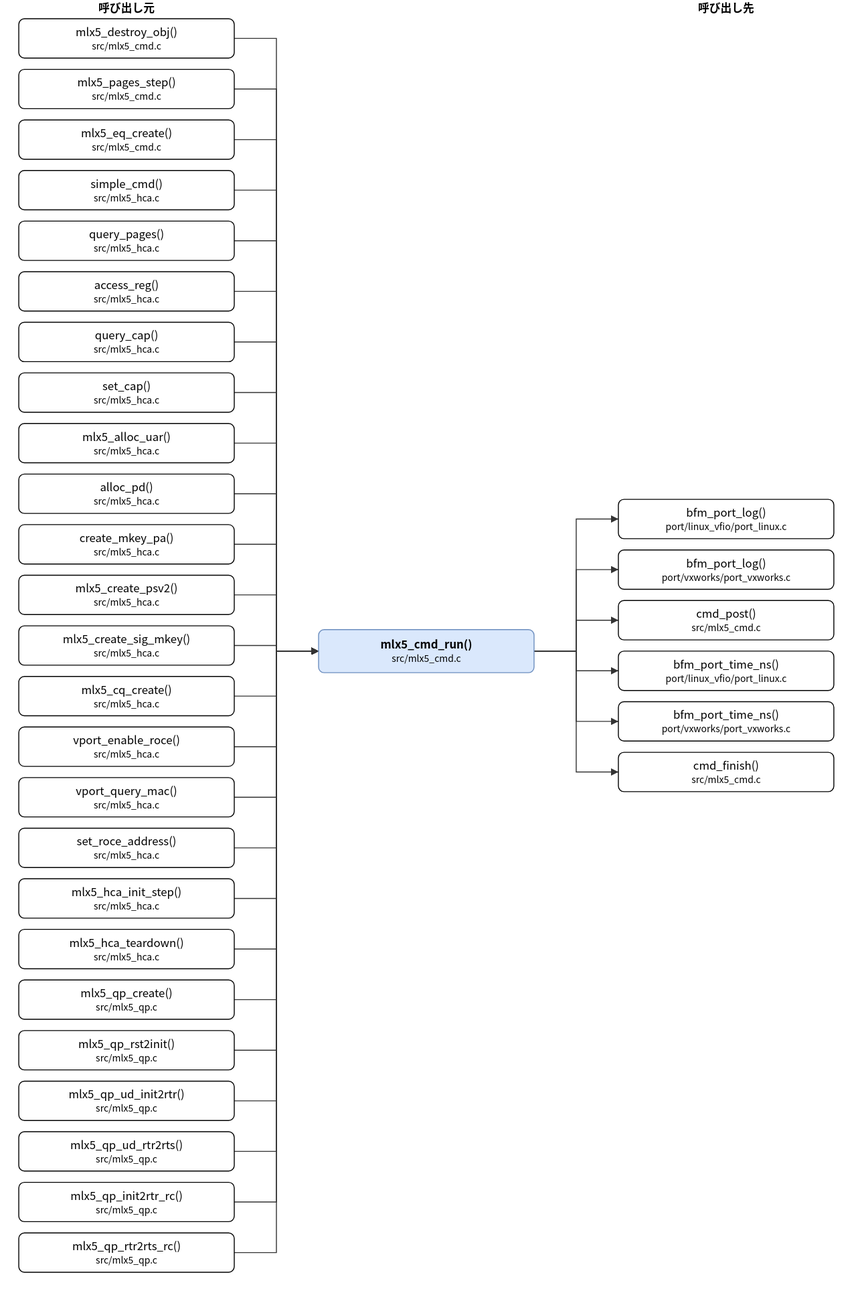
Before: doc/spec/images/call_src_mlx5_cmd-mlx5_cmd_run.drawio.svg, a diagram exported from draw.io (hf355051012-ai/bfmem). Source tidied: cells renumbered, new cells last; positions are measured from the earlier drawing's top-left corner, leaving out a move shared by most shapes.
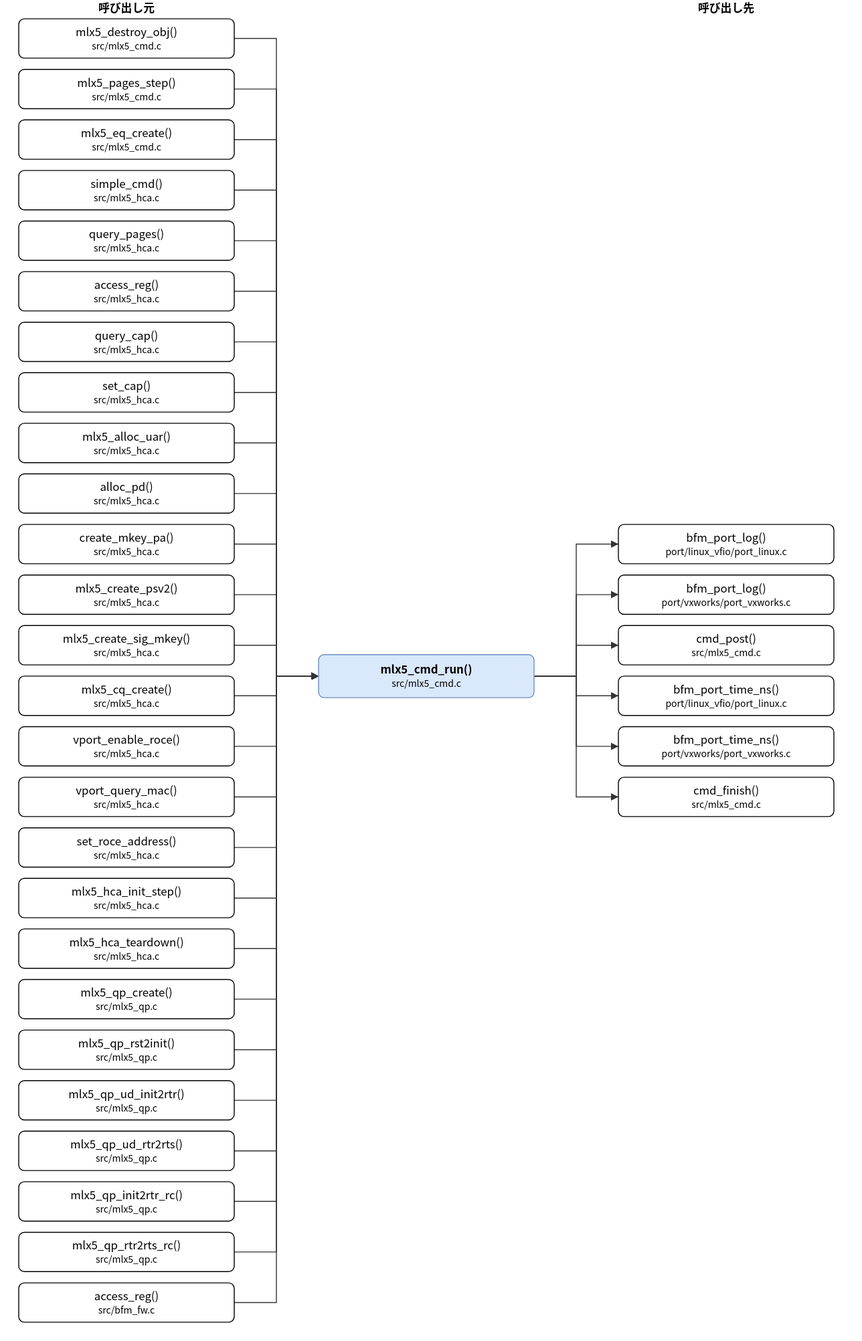
Above is the later version.

Change to the diagram source:
```diff
@@ -3,7 +3,7 @@
     <mxCell id="0" />
     <mxCell id="1" parent="0" />
     <mxCell id="2" value="mlx5_cmd_run()&lt;br&gt;&lt;font style=&quot;font-size:10px&quot;&gt;src/mlx5_cmd.c&lt;/font&gt;" style="rounded=1;whiteSpace=wrap;html=1;fillColor=#dae8fc;strokeColor=#6c8ebf;fontStyle=1;" parent="1" vertex="1">
-      <mxGeometry x="320" y="672" width="230" height="46" as="geometry" />
+      <mxGeometry x="320" y="699" width="230" height="46" as="geometry" />
     </mxCell>
     <mxCell id="3" value="mlx5_destroy_obj()&lt;br&gt;&lt;font style=&quot;font-size:10px&quot;&gt;src/mlx5_cmd.c&lt;/font&gt;" style="rounded=1;whiteSpace=wrap;html=1;" parent="1" vertex="1">
       <mxGeometry y="20" width="230" height="42" as="geometry" />
@@ -80,29 +80,32 @@
     <mxCell id="27" value="mlx5_qp_rtr2rts_rc()&lt;br&gt;&lt;font style=&quot;font-size:10px&quot;&gt;src/mlx5_qp.c&lt;/font&gt;" style="rounded=1;whiteSpace=wrap;html=1;" parent="1" vertex="1">
       <mxGeometry y="1316" width="230" height="42" as="geometry" />
     </mxCell>
+    <mxCell id="67" value="access_reg()&lt;br&gt;&lt;font style=&quot;font-size:10px&quot;&gt;src/bfm_fw.c&lt;/font&gt;" style="rounded=1;whiteSpace=wrap;html=1;" parent="1" vertex="1">
+      <mxGeometry y="1370" width="230" height="42" as="geometry" />
+    </mxCell>
     <mxCell id="28" value="bfm_port_log()&lt;br&gt;&lt;font style=&quot;font-size:10px&quot;&gt;port/linux_vfio/port_linux.c&lt;/font&gt;" style="rounded=1;whiteSpace=wrap;html=1;" parent="1" vertex="1">
-      <mxGeometry x="640" y="533" width="230" height="42" as="geometry" />
+      <mxGeometry x="640" y="560" width="230" height="42" as="geometry" />
     </mxCell>
     <mxCell id="29" value="bfm_port_log()&lt;br&gt;&lt;font style=&quot;font-size:10px&quot;&gt;port/vxworks/port_vxworks.c&lt;/font&gt;" style="rounded=1;whiteSpace=wrap;html=1;" parent="1" vertex="1">
-      <mxGeometry x="640" y="587" width="230" height="42" as="geometry" />
+      <mxGeometry x="640" y="614" width="230" height="42" as="geometry" />
     </mxCell>
     <mxCell id="30" value="cmd_post()&lt;br&gt;&lt;font style=&quot;font-size:10px&quot;&gt;src/mlx5_cmd.c&lt;/font&gt;" style="rounded=1;whiteSpace=wrap;html=1;" parent="1" vertex="1">
-      <mxGeometry x="640" y="641" width="230" height="42" as="geometry" />
+      <mxGeometry x="640" y="668" width="230" height="42" as="geometry" />
     </mxCell>
     <mxCell id="31" value="bfm_port_time_ns()&lt;br&gt;&lt;font style=&quot;font-size:10px&quot;&gt;port/linux_vfio/port_linux.c&lt;/font&gt;" style="rounded=1;whiteSpace=wrap;html=1;" parent="1" vertex="1">
-      <mxGeometry x="640" y="695" width="230" height="42" as="geometry" />
+      <mxGeometry x="640" y="722" width="230" height="42" as="geometry" />
     </mxCell>
     <mxCell id="32" value="bfm_port_time_ns()&lt;br&gt;&lt;font style=&quot;font-size:10px&quot;&gt;port/vxworks/port_vxworks.c&lt;/font&gt;" style="rounded=1;whiteSpace=wrap;html=1;" parent="1" vertex="1">
-      <mxGeometry x="640" y="749" width="230" height="42" as="geometry" />
+      <mxGeometry x="640" y="776" width="230" height="42" as="geometry" />
     </mxCell>
     <mxCell id="33" value="cmd_finish()&lt;br&gt;&lt;font style=&quot;font-size:10px&quot;&gt;src/mlx5_cmd.c&lt;/font&gt;" style="rounded=1;whiteSpace=wrap;html=1;" parent="1" vertex="1">
-      <mxGeometry x="640" y="803" width="230" height="42" as="geometry" />
+      <mxGeometry x="640" y="830" width="230" height="42" as="geometry" />
     </mxCell>
     <mxCell id="34" style="edgeStyle=none;html=1;rounded=0;endArrow=block;endFill=1;exitX=1.0000;exitY=0.5000;exitDx=0;exitDy=0;exitPerimeter=0;entryX=0.0000;entryY=0.5000;entryDx=0;entryDy=0;entryPerimeter=0;" parent="1" edge="1" source="3" target="2">
       <mxGeometry relative="1" as="geometry">
         <Array as="points">
           <mxPoint x="275" y="41" />
-          <mxPoint x="275" y="695" />
+          <mxPoint x="275" y="722" />
         </Array>
       </mxGeometry>
     </mxCell>
@@ -110,7 +113,7 @@
       <mxGeometry relative="1" as="geometry">
         <Array as="points">
           <mxPoint x="275" y="95" />
-          <mxPoint x="275" y="695" />
+          <mxPoint x="275" y="722" />
         </Array>
       </mxGeometry>
     </mxCell>
@@ -118,7 +121,7 @@
       <mxGeometry relative="1" as="geometry">
         <Array as="points">
           <mxPoint x="275" y="149" />
-          <mxPoint x="275" y="695" />
+          <mxPoint x="275" y="722" />
         </Array>
       </mxGeometry>
     </mxCell>
@@ -126,7 +129,7 @@
       <mxGeometry relative="1" as="geometry">
         <Array as="points">
           <mxPoint x="275" y="203" />
-          <mxPoint x="275" y="695" />
+          <mxPoint x="275" y="722" />
         </Array>
       </mxGeometry>
     </mxCell>
@@ -134,7 +137,7 @@
       <mxGeometry relative="1" as="geometry">
         <Array as="points">
           <mxPoint x="275" y="257" />
-          <mxPoint x="275" y="695" />
+          <mxPoint x="275" y="722" />
         </Array>
       </mxGeometry>
     </mxCell>
@@ -142,7 +145,7 @@
       <mxGeometry relative="1" as="geometry">
         <Array as="points">
           <mxPoint x="275" y="311" />
-          <mxPoint x="275" y="695" />
+          <mxPoint x="275" y="722" />
         </Array>
       </mxGeometry>
     </mxCell>
@@ -150,7 +153,7 @@
       <mxGeometry relative="1" as="geometry">
         <Array as="points">
           <mxPoint x="275" y="365" />
-          <mxPoint x="275" y="695" />
+          <mxPoint x="275" y="722" />
         </Array>
       </mxGeometry>
     </mxCell>
@@ -158,7 +161,7 @@
       <mxGeometry relative="1" as="geometry">
         <Array as="points">
           <mxPoint x="275" y="419" />
-          <mxPoint x="275" y="695" />
+          <mxPoint x="275" y="722" />
         </Array>
       </mxGeometry>
     </mxCell>
@@ -166,7 +169,7 @@
       <mxGeometry relative="1" as="geometry">
         <Array as="points">
           <mxPoint x="275" y="473" />
-          <mxPoint x="275" y="695" />
+          <mxPoint x="275" y="722" />
         </Array>
       </mxGeometry>
     </mxCell>
@@ -174,7 +177,7 @@
       <mxGeometry relative="1" as="geometry">
         <Array as="points">
           <mxPoint x="275" y="527" />
-          <mxPoint x="275" y="695" />
+          <mxPoint x="275" y="722" />
         </Array>
       </mxGeometry>
     </mxCell>
@@ -182,7 +185,7 @@
       <mxGeometry relative="1" as="geometry">
         <Array as="points">
           <mxPoint x="275" y="581" />
-          <mxPoint x="275" y="695" />
+          <mxPoint x="275" y="722" />
         </Array>
       </mxGeometry>
     </mxCell>
@@ -190,7 +193,7 @@
       <mxGeometry relative="1" as="geometry">
         <Array as="points">
           <mxPoint x="275" y="635" />
-          <mxPoint x="275" y="695" />
+          <mxPoint x="275" y="722" />
         </Array>
       </mxGeometry>
     </mxCell>
@@ -198,7 +201,7 @@
       <mxGeometry relative="1" as="geometry">
         <Array as="points">
           <mxPoint x="275" y="689" />
-          <mxPoint x="275" y="695" />
+          <mxPoint x="275" y="722" />
         </Array>
       </mxGeometry>
     </mxCell>
@@ -206,7 +209,7 @@
       <mxGeometry relative="1" as="geometry">
         <Array as="points">
           <mxPoint x="275" y="743" />
-          <mxPoint x="275" y="695" />
+          <mxPoint x="275" y="722" />
         </Array>
       </mxGeometry>
     </mxCell>
@@ -214,7 +217,7 @@
       <mxGeometry relative="1" as="geometry">
         <Array as="points">
           <mxPoint x="275" y="797" />
-          <mxPoint x="275" y="695" />
+          <mxPoint x="275" y="722" />
         </Array>
       </mxGeometry>
     </mxCell>
@@ -222,7 +225,7 @@
       <mxGeometry relative="1" as="geometry">
         <Array as="points">
           <mxPoint x="275" y="851" />
-          <mxPoint x="275" y="695" />
+          <mxPoint x="275" y="722" />
         </Array>
       </mxGeometry>
     </mxCell>
@@ -230,7 +233,7 @@
       <mxGeometry relative="1" as="geometry">
         <Array as="points">
           <mxPoint x="275" y="905" />
-          <mxPoint x="275" y="695" />
+          <mxPoint x="275" y="722" />
         </Array>
       </mxGeometry>
     </mxCell>
@@ -238,7 +241,7 @@
       <mxGeometry relative="1" as="geometry">
         <Array as="points">
           <mxPoint x="275" y="959" />
-          <mxPoint x="275" y="695" />
+          <mxPoint x="275" y="722" />
         </Array>
       </mxGeometry>
     </mxCell>
@@ -246,7 +249,7 @@
       <mxGeometry relative="1" as="geometry">
         <Array as="points">
           <mxPoint x="275" y="1013" />
-          <mxPoint x="275" y="695" />
+          <mxPoint x="275" y="722" />
         </Array>
       </mxGeometry>
     </mxCell>
@@ -254,7 +257,7 @@
       <mxGeometry relative="1" as="geometry">
         <Array as="points">
           <mxPoint x="275" y="1067" />
-          <mxPoint x="275" y="695" />
+          <mxPoint x="275" y="722" />
         </Array>
       </mxGeometry>
     </mxCell>
@@ -262,7 +265,7 @@
       <mxGeometry relative="1" as="geometry">
         <Array as="points">
           <mxPoint x="275" y="1121" />
-          <mxPoint x="275" y="695" />
+          <mxPoint x="275" y="722" />
         </Array>
       </mxGeometry>
     </mxCell>
@@ -270,7 +273,7 @@
       <mxGeometry relative="1" as="geometry">
         <Array as="points">
           <mxPoint x="275" y="1175" />
-          <mxPoint x="275" y="695" />
+          <mxPoint x="275" y="722" />
         </Array>
       </mxGeometry>
     </mxCell>
@@ -278,7 +281,7 @@
       <mxGeometry relative="1" as="geometry">
         <Array as="points">
           <mxPoint x="275" y="1229" />
-          <mxPoint x="275" y="695" />
+          <mxPoint x="275" y="722" />
         </Array>
       </mxGeometry>
     </mxCell>
@@ -286,7 +289,7 @@
       <mxGeometry relative="1" as="geometry">
         <Array as="points">
           <mxPoint x="275" y="1283" />
-          <mxPoint x="275" y="695" />
+          <mxPoint x="275" y="722" />
         </Array>
       </mxGeometry>
     </mxCell>
@@ -294,58 +297,66 @@
       <mxGeometry relative="1" as="geometry">
         <Array as="points">
           <mxPoint x="275" y="1337" />
-          <mxPoint x="275" y="695" />
+          <mxPoint x="275" y="722" />
         </Array>
       </mxGeometry>
     </mxCell>
-    <mxCell id="59" style="edgeStyle=none;html=1;rounded=0;endArrow=block;endFill=1;exitX=1.0000;exitY=0.5000;exitDx=0;exitDy=0;exitPerimeter=0;entryX=0.0000;entryY=0.5000;entryDx=0;entryDy=0;entryPerimeter=0;" parent="1" edge="1" source="2" target="28">
+    <mxCell id="59" style="edgeStyle=none;html=1;rounded=0;endArrow=block;endFill=1;exitX=1.0000;exitY=0.5000;exitDx=0;exitDy=0;exitPerimeter=0;entryX=0.0000;entryY=0.5000;entryDx=0;entryDy=0;entryPerimeter=0;" parent="1" edge="1" source="67" target="2">
       <mxGeometry relative="1" as="geometry">
         <Array as="points">
-          <mxPoint x="595" y="695" />
-          <mxPoint x="595" y="554" />
+          <mxPoint x="275" y="1391" />
+          <mxPoint x="275" y="722" />
         </Array>
       </mxGeometry>
     </mxCell>
-    <mxCell id="60" style="edgeStyle=none;html=1;rounded=0;endArrow=block;endFill=1;exitX=1.0000;exitY=0.5000;exitDx=0;exitDy=0;exitPerimeter=0;entryX=0.0000;entryY=0.5000;entryDx=0;entryDy=0;entryPerimeter=0;" parent="1" edge="1" source="2" target="29">
+    <mxCell id="60" style="edgeStyle=none;html=1;rounded=0;endArrow=block;endFill=1;exitX=1.0000;exitY=0.5000;exitDx=0;exitDy=0;exitPerimeter=0;entryX=0.0000;entryY=0.5000;entryDx=0;entryDy=0;entryPerimeter=0;" parent="1" edge="1" source="2" target="28">
       <mxGeometry relative="1" as="geometry">
         <Array as="points">
-          <mxPoint x="595" y="695" />
-          <mxPoint x="595" y="608" />
+          <mxPoint x="595" y="722" />
+          <mxPoint x="595" y="581" />
         </Array>
       </mxGeometry>
     </mxCell>
-    <mxCell id="61" style="edgeStyle=none;html=1;rounded=0;endArrow=block;endFill=1;exitX=1.0000;exitY=0.5000;exitDx=0;exitDy=0;exitPerimeter=0;entryX=0.0000;entryY=0.5000;entryDx=0;entryDy=0;entryPerimeter=0;" parent="1" edge="1" source="2" target="30">
+    <mxCell id="61" style="edgeStyle=none;html=1;rounded=0;endArrow=block;endFill=1;exitX=1.0000;exitY=0.5000;exitDx=0;exitDy=0;exitPerimeter=0;entryX=0.0000;entryY=0.5000;entryDx=0;entryDy=0;entryPerimeter=0;" parent="1" edge="1" source="2" target="29">
       <mxGeometry relative="1" as="geometry">
         <Array as="points">
-          <mxPoint x="595" y="695" />
-          <mxPoint x="595" y="662" />
+          <mxPoint x="595" y="722" />
+          <mxPoint x="595" y="635" />
         </Array>
       </mxGeometry>
     </mxCell>
-    <mxCell id="62" style="edgeStyle=none;html=1;rounded=0;endArrow=block;endFill=1;exitX=1.0000;exitY=0.5000;exitDx=0;exitDy=0;exitPerimeter=0;entryX=0.0000;entryY=0.5000;entryDx=0;entryDy=0;entryPerimeter=0;" parent="1" edge="1" source="2" target="31">
+    <mxCell id="62" style="edgeStyle=none;html=1;rounded=0;endArrow=block;endFill=1;exitX=1.0000;exitY=0.5000;exitDx=0;exitDy=0;exitPerimeter=0;entryX=0.0000;entryY=0.5000;entryDx=0;entryDy=0;entryPerimeter=0;" parent="1" edge="1" source="2" target="30">
       <mxGeometry relative="1" as="geometry">
         <Array as="points">
-          <mxPoint x="595" y="695" />
-          <mxPoint x="595" y="716" />
+          <mxPoint x="595" y="722" />
+          <mxPoint x="595" y="689" />
         </Array>
       </mxGeometry>
     </mxCell>
-    <mxCell id="63" style="edgeStyle=none;html=1;rounded=0;endArrow=block;endFill=1;exitX=1.0000;exitY=0.5000;exitDx=0;exitDy=0;exitPerimeter=0;entryX=0.0000;entryY=0.5000;entryDx=0;entryDy=0;entryPerimeter=0;" parent="1" edge="1" source="2" target="32">
+    <mxCell id="63" style="edgeStyle=none;html=1;rounded=0;endArrow=block;endFill=1;exitX=1.0000;exitY=0.5000;exitDx=0;exitDy=0;exitPerimeter=0;entryX=0.0000;entryY=0.5000;entryDx=0;entryDy=0;entryPerimeter=0;" parent="1" edge="1" source="2" target="31">
       <mxGeometry relative="1" as="geometry">
         <Array as="points">
-          <mxPoint x="595" y="695" />
-          <mxPoint x="595" y="770" />
+          <mxPoint x="595" y="722" />
+          <mxPoint x="595" y="743" />
         </Array>
       </mxGeometry>
     </mxCell>
-    <mxCell id="64" style="edgeStyle=none;html=1;rounded=0;endArrow=block;endFill=1;exitX=1.0000;exitY=0.5000;exitDx=0;exitDy=0;exitPerimeter=0;entryX=0.0000;entryY=0.5000;entryDx=0;entryDy=0;entryPerimeter=0;" parent="1" edge="1" source="2" target="33">
+    <mxCell id="64" style="edgeStyle=none;html=1;rounded=0;endArrow=block;endFill=1;exitX=1.0000;exitY=0.5000;exitDx=0;exitDy=0;exitPerimeter=0;entryX=0.0000;entryY=0.5000;entryDx=0;entryDy=0;entryPerimeter=0;" parent="1" edge="1" source="2" target="32">
       <mxGeometry relative="1" as="geometry">
         <Array as="points">
-          <mxPoint x="595" y="695" />
-          <mxPoint x="595" y="824" />
+          <mxPoint x="595" y="722" />
+          <mxPoint x="595" y="797" />
         </Array>
       </mxGeometry>
     </mxCell>
+    <mxCell id="68" style="edgeStyle=none;html=1;rounded=0;endArrow=block;endFill=1;exitX=1.0000;exitY=0.5000;exitDx=0;exitDy=0;exitPerimeter=0;entryX=0.0000;entryY=0.5000;entryDx=0;entryDy=0;entryPerimeter=0;" parent="1" edge="1" source="2" target="33">
+      <mxGeometry relative="1" as="geometry">
+        <Array as="points">
+          <mxPoint x="595" y="722" />
+          <mxPoint x="595" y="851" />
+        </Array>
+      </mxGeometry>
+    </mxCell>
     <mxCell id="65" value="呼び出し元" style="text;html=1;align=center;fontStyle=1;" parent="1" vertex="1">
       <mxGeometry x="35" width="160" height="18" as="geometry" />
     </mxCell>
```
